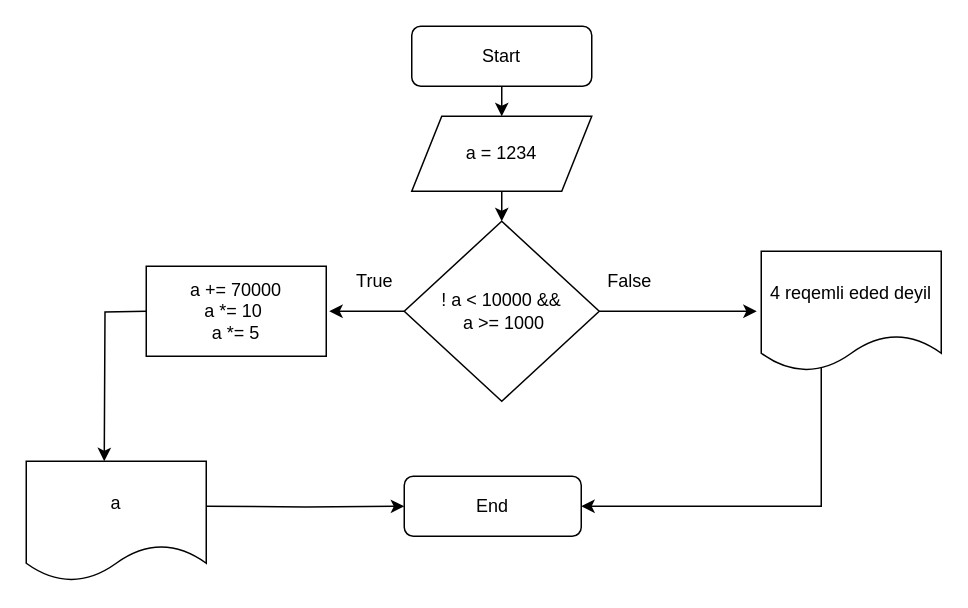
The draw.io diagram HomeWork02/FlwChrt-Task01.drawio in Fuad0010/HomeWork02, before the edit. Source tidied: cells renumbered, new cells numbered last; positions are measured from the earlier drawing's top-left corner, leaving out a move shared by most shapes. Both pictures are drawn from the tidied source at 150%, with x=0, y=0 at pixel (26, 26).
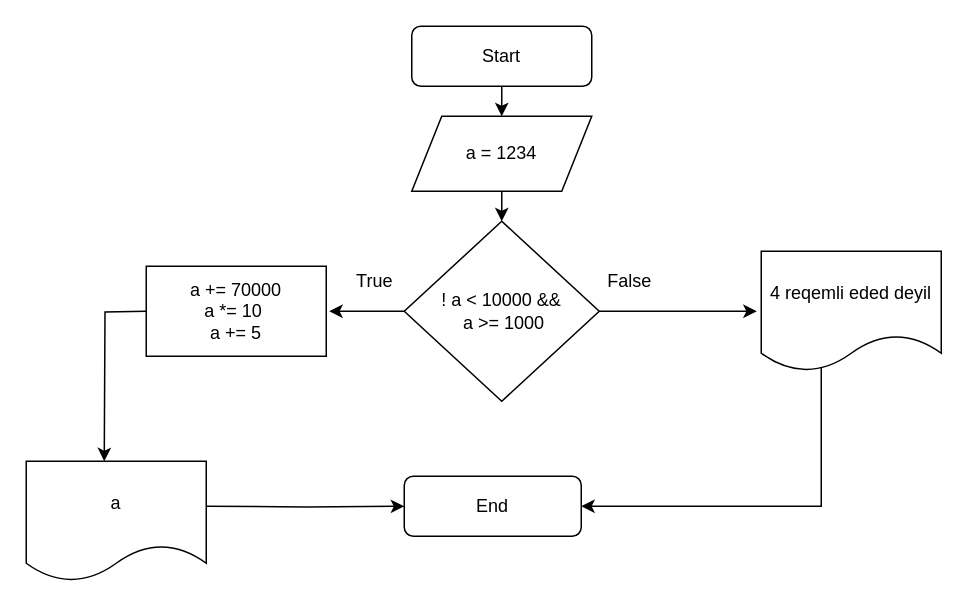
Above is the later version.

Diff of the diagram source:
```diff
@@
-    <mxCell id="15" value="a += 70000&lt;br&gt;a *= 10&amp;nbsp;&lt;br&gt;a *= 5" style="rounded=0;whiteSpace=wrap;html=1;" parent="1" vertex="1">
+    <mxCell id="15" value="a += 70000&lt;br&gt;a *= 10&amp;nbsp;&lt;br&gt;a += 5" style="rounded=0;whiteSpace=wrap;html=1;" parent="1" vertex="1">
       <mxGeometry x="80" y="160" width="120" height="60" as="geometry" />
     </mxCell>
```
